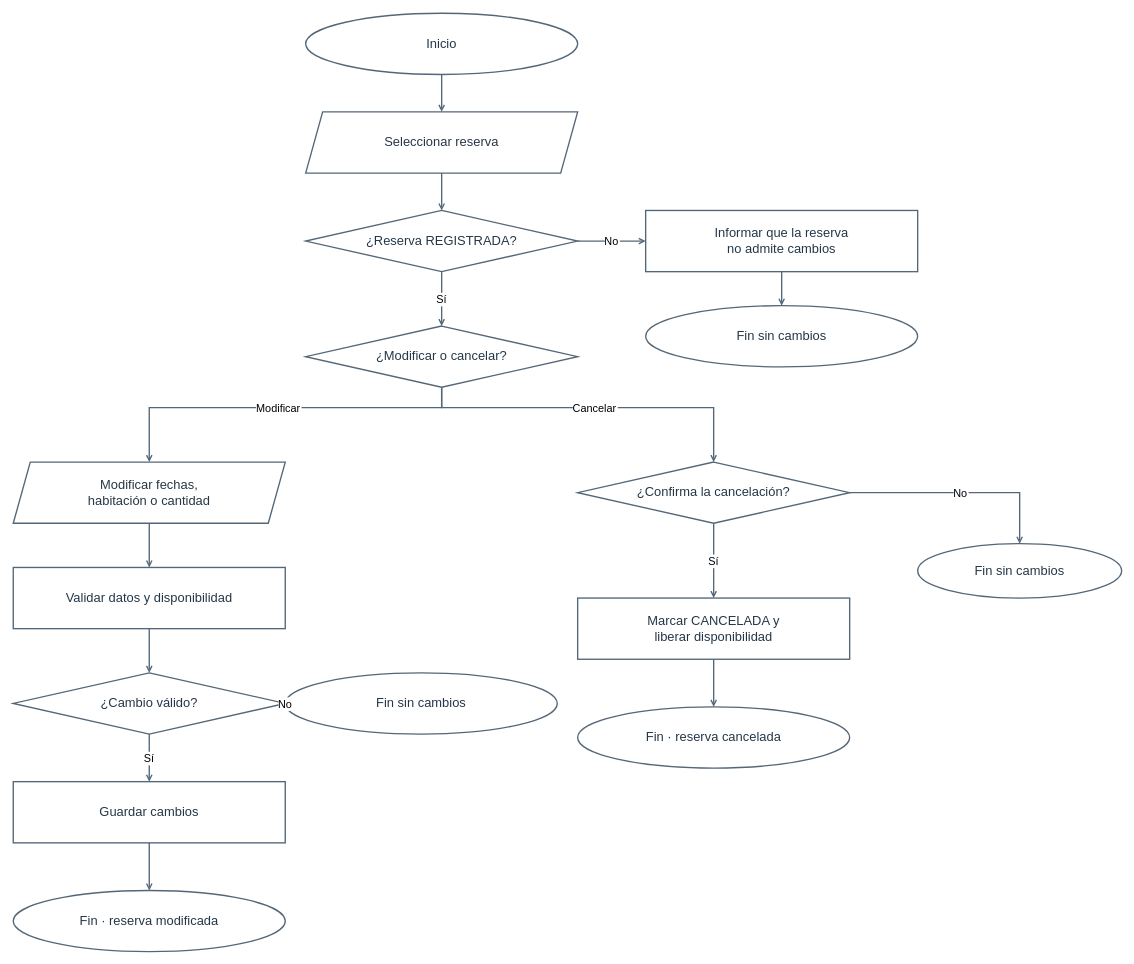
Above: diagramas-editables/flujo-gestion-reservas.drawio in Yutre3/hotel-duerme-bien (draw.io), before the change. Source tidied: cells renumbered, new cells numbered last; positions are measured from the earlier drawing's top-left corner, leaving out a move shared by most shapes. Both pictures are drawn from the tidied source at 68%, with x=0, y=0 at pixel (13, 13).
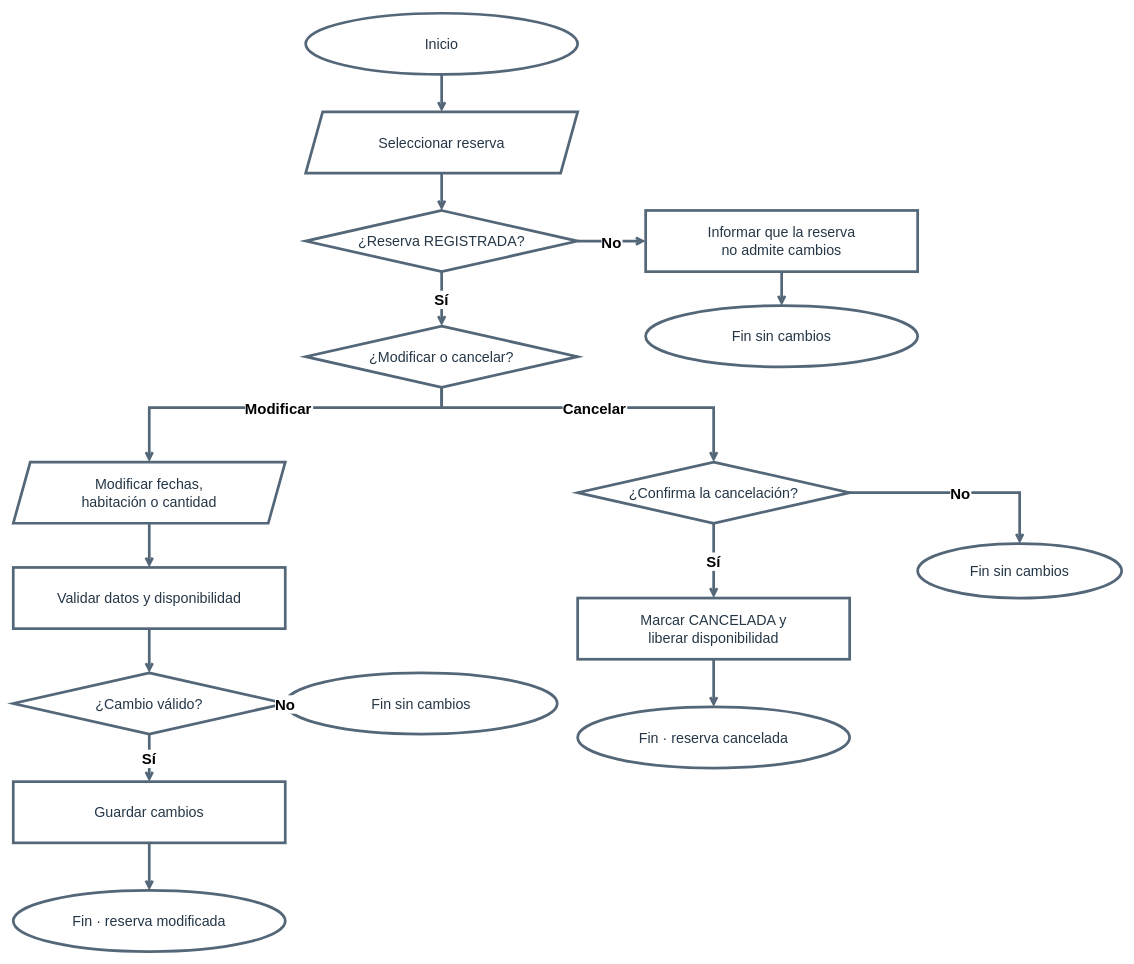
The same diagram, later.

Diff of the diagram source:
```diff
@@
-    <mxCell id="2" value="Inicio" style="ellipse;html=0;whiteSpace=wrap;strokeColor=#546778;strokeWidth=2;fillColor=#ffffff;fontColor=#253747;fontSize=19;" parent="1" vertex="1">
+    <mxCell id="2" value="Inicio" style="ellipse;html=0;whiteSpace=wrap;strokeColor=#546778;strokeWidth=4;fillColor=#ffffff;fontColor=#253747;fontSize=21;" parent="1" vertex="1">
       <mxGeometry x="430" width="400" height="90" as="geometry" />
     </mxCell>
-    <mxCell id="3" value="Seleccionar reserva" style="shape=parallelogram;fixedSize=1;size=25;html=0;whiteSpace=wrap;strokeColor=#546778;strokeWidth=2;fillColor=#ffffff;fontColor=#253747;fontSize=19;" parent="1" vertex="1">
+    <mxCell id="3" value="Seleccionar reserva" style="shape=parallelogram;fixedSize=1;size=25;html=0;whiteSpace=wrap;strokeColor=#546778;strokeWidth=4;fillColor=#ffffff;fontColor=#253747;fontSize=21;" parent="1" vertex="1">
       <mxGeometry x="430" y="145" width="400" height="90" as="geometry" />
     </mxCell>
-    <mxCell id="4" value="¿Reserva REGISTRADA?" style="rhombus;html=0;whiteSpace=wrap;strokeColor=#546778;strokeWidth=2;fillColor=#ffffff;fontColor=#253747;fontSize=19;" parent="1" vertex="1">
+    <mxCell id="4" value="¿Reserva REGISTRADA?" style="rhombus;html=0;whiteSpace=wrap;strokeColor=#546778;strokeWidth=4;fillColor=#ffffff;fontColor=#253747;fontSize=21;" parent="1" vertex="1">
       <mxGeometry x="430" y="290" width="400" height="90" as="geometry" />
     </mxCell>
-    <mxCell id="5" value="¿Modificar o cancelar?" style="rhombus;html=0;whiteSpace=wrap;strokeColor=#546778;strokeWidth=2;fillColor=#ffffff;fontColor=#253747;fontSize=19;" parent="1" vertex="1">
+    <mxCell id="5" value="¿Modificar o cancelar?" style="rhombus;html=0;whiteSpace=wrap;strokeColor=#546778;strokeWidth=4;fillColor=#ffffff;fontColor=#253747;fontSize=21;" parent="1" vertex="1">
       <mxGeometry x="430" y="460" width="400" height="90" as="geometry" />
     </mxCell>
-    <mxCell id="6" value="Informar que la reserva&#10;no admite cambios" style="rounded=0;html=0;whiteSpace=wrap;strokeColor=#546778;strokeWidth=2;fillColor=#ffffff;fontColor=#253747;fontSize=19;" parent="1" vertex="1">
+    <mxCell id="6" value="Informar que la reserva&#10;no admite cambios" style="rounded=0;html=0;whiteSpace=wrap;strokeColor=#546778;strokeWidth=4;fillColor=#ffffff;fontColor=#253747;fontSize=21;" parent="1" vertex="1">
       <mxGeometry x="930" y="290" width="400" height="90" as="geometry" />
     </mxCell>
-    <mxCell id="7" value="Fin sin cambios" style="ellipse;html=0;whiteSpace=wrap;strokeColor=#546778;strokeWidth=2;fillColor=#ffffff;fontColor=#253747;fontSize=19;" parent="1" vertex="1">
+    <mxCell id="7" value="Fin sin cambios" style="ellipse;html=0;whiteSpace=wrap;strokeColor=#546778;strokeWidth=4;fillColor=#ffffff;fontColor=#253747;fontSize=21;" parent="1" vertex="1">
       <mxGeometry x="930" y="430" width="400" height="90" as="geometry" />
     </mxCell>
-    <mxCell id="8" value="Modificar fechas,&#10;habitación o cantidad" style="shape=parallelogram;fixedSize=1;size=25;html=0;whiteSpace=wrap;strokeColor=#546778;strokeWidth=2;fillColor=#ffffff;fontColor=#253747;fontSize=19;" parent="1" vertex="1">
+    <mxCell id="8" value="Modificar fechas,&#10;habitación o cantidad" style="shape=parallelogram;fixedSize=1;size=25;html=0;whiteSpace=wrap;strokeColor=#546778;strokeWidth=4;fillColor=#ffffff;fontColor=#253747;fontSize=21;" parent="1" vertex="1">
       <mxGeometry y="660" width="400" height="90" as="geometry" />
     </mxCell>
-    <mxCell id="9" value="Validar datos y disponibilidad" style="rounded=0;html=0;whiteSpace=wrap;strokeColor=#546778;strokeWidth=2;fillColor=#ffffff;fontColor=#253747;fontSize=19;" parent="1" vertex="1">
+    <mxCell id="9" value="Validar datos y disponibilidad" style="rounded=0;html=0;whiteSpace=wrap;strokeColor=#546778;strokeWidth=4;fillColor=#ffffff;fontColor=#253747;fontSize=21;" parent="1" vertex="1">
       <mxGeometry y="815" width="400" height="90" as="geometry" />
     </mxCell>
-    <mxCell id="10" value="¿Cambio válido?" style="rhombus;html=0;whiteSpace=wrap;strokeColor=#546778;strokeWidth=2;fillColor=#ffffff;fontColor=#253747;fontSize=19;" parent="1" vertex="1">
+    <mxCell id="10" value="¿Cambio válido?" style="rhombus;html=0;whiteSpace=wrap;strokeColor=#546778;strokeWidth=4;fillColor=#ffffff;fontColor=#253747;fontSize=21;" parent="1" vertex="1">
       <mxGeometry y="970" width="400" height="90" as="geometry" />
     </mxCell>
-    <mxCell id="11" value="Guardar cambios" style="rounded=0;html=0;whiteSpace=wrap;strokeColor=#546778;strokeWidth=2;fillColor=#ffffff;fontColor=#253747;fontSize=19;" parent="1" vertex="1">
+    <mxCell id="11" value="Guardar cambios" style="rounded=0;html=0;whiteSpace=wrap;strokeColor=#546778;strokeWidth=4;fillColor=#ffffff;fontColor=#253747;fontSize=21;" parent="1" vertex="1">
       <mxGeometry y="1130" width="400" height="90" as="geometry" />
     </mxCell>
-    <mxCell id="12" value="Fin · reserva modificada" style="ellipse;html=0;whiteSpace=wrap;strokeColor=#546778;strokeWidth=2;fillColor=#ffffff;fontColor=#253747;fontSize=19;" parent="1" vertex="1">
+    <mxCell id="12" value="Fin · reserva modificada" style="ellipse;html=0;whiteSpace=wrap;strokeColor=#546778;strokeWidth=4;fillColor=#ffffff;fontColor=#253747;fontSize=21;" parent="1" vertex="1">
       <mxGeometry y="1290" width="400" height="90" as="geometry" />
     </mxCell>
-    <mxCell id="13" value="Fin sin cambios" style="ellipse;html=0;whiteSpace=wrap;strokeColor=#546778;strokeWidth=2;fillColor=#ffffff;fontColor=#253747;fontSize=19;" parent="1" vertex="1">
+    <mxCell id="13" value="Fin sin cambios" style="ellipse;html=0;whiteSpace=wrap;strokeColor=#546778;strokeWidth=4;fillColor=#ffffff;fontColor=#253747;fontSize=21;" parent="1" vertex="1">
       <mxGeometry x="400" y="970" width="400" height="90" as="geometry" />
     </mxCell>
-    <mxCell id="14" value="¿Confirma la cancelación?" style="rhombus;html=0;whiteSpace=wrap;strokeColor=#546778;strokeWidth=2;fillColor=#ffffff;fontColor=#253747;fontSize=19;" parent="1" vertex="1">
+    <mxCell id="14" value="¿Confirma la cancelación?" style="rhombus;html=0;whiteSpace=wrap;strokeColor=#546778;strokeWidth=4;fillColor=#ffffff;fontColor=#253747;fontSize=21;" parent="1" vertex="1">
       <mxGeometry x="830" y="660" width="400" height="90" as="geometry" />
     </mxCell>
-    <mxCell id="15" value="Marcar CANCELADA y&#10;liberar disponibilidad" style="rounded=0;html=0;whiteSpace=wrap;strokeColor=#546778;strokeWidth=2;fillColor=#ffffff;fontColor=#253747;fontSize=19;" parent="1" vertex="1">
+    <mxCell id="15" value="Marcar CANCELADA y&#10;liberar disponibilidad" style="rounded=0;html=0;whiteSpace=wrap;strokeColor=#546778;strokeWidth=4;fillColor=#ffffff;fontColor=#253747;fontSize=21;" parent="1" vertex="1">
       <mxGeometry x="830" y="860" width="400" height="90" as="geometry" />
     </mxCell>
-    <mxCell id="16" value="Fin · reserva cancelada" style="ellipse;html=0;whiteSpace=wrap;strokeColor=#546778;strokeWidth=2;fillColor=#ffffff;fontColor=#253747;fontSize=19;" parent="1" vertex="1">
+    <mxCell id="16" value="Fin · reserva cancelada" style="ellipse;html=0;whiteSpace=wrap;strokeColor=#546778;strokeWidth=4;fillColor=#ffffff;fontColor=#253747;fontSize=21;" parent="1" vertex="1">
       <mxGeometry x="830" y="1020" width="400" height="90" as="geometry" />
     </mxCell>
-    <mxCell id="17" value="Fin sin cambios" style="ellipse;html=0;whiteSpace=wrap;strokeColor=#546778;strokeWidth=2;fillColor=#ffffff;fontColor=#253747;fontSize=19;" parent="1" vertex="1">
+    <mxCell id="17" value="Fin sin cambios" style="ellipse;html=0;whiteSpace=wrap;strokeColor=#546778;strokeWidth=4;fillColor=#ffffff;fontColor=#253747;fontSize=21;" parent="1" vertex="1">
       <mxGeometry x="1330" y="780" width="300" height="80" as="geometry" />
     </mxCell>
-    <mxCell id="18" style="html=0;edgeStyle=orthogonalEdgeStyle;jettySize=24;rounded=0;strokeWidth=2;strokeColor=#546778;fontSize=16;endArrow=open;endFill=0;startArrow=none;startFill=0;exitX=0.5;exitY=1;exitPerimeter=0;entryX=0.5;entryY=0;entryPerimeter=0;" parent="1" edge="1" source="2" target="3">
+    <mxCell id="18" style="html=0;edgeStyle=orthogonalEdgeStyle;jettySize=32;rounded=0;strokeWidth=4;strokeColor=#546778;fontSize=22;fontStyle=1;endArrow=open;endFill=0;startArrow=none;startFill=0;exitX=0.5;exitY=1;exitPerimeter=0;entryX=0.5;entryY=0;entryPerimeter=0;" parent="1" edge="1" source="2" target="3">
       <mxGeometry relative="1" as="geometry" />
     </mxCell>
-    <mxCell id="19" style="html=0;edgeStyle=orthogonalEdgeStyle;jettySize=24;rounded=0;strokeWidth=2;strokeColor=#546778;fontSize=16;endArrow=open;endFill=0;startArrow=none;startFill=0;exitX=0.5;exitY=1;exitPerimeter=0;entryX=0.5;entryY=0;entryPerimeter=0;" parent="1" edge="1" source="3" target="4">
+    <mxCell id="19" style="html=0;edgeStyle=orthogonalEdgeStyle;jettySize=32;rounded=0;strokeWidth=4;strokeColor=#546778;fontSize=22;fontStyle=1;endArrow=open;endFill=0;startArrow=none;startFill=0;exitX=0.5;exitY=1;exitPerimeter=0;entryX=0.5;entryY=0;entryPerimeter=0;" parent="1" edge="1" source="3" target="4">
       <mxGeometry relative="1" as="geometry" />
     </mxCell>
-    <mxCell id="20" value="Sí" style="html=0;edgeStyle=orthogonalEdgeStyle;jettySize=24;rounded=0;strokeWidth=2;strokeColor=#546778;fontSize=16;endArrow=open;endFill=0;startArrow=none;startFill=0;exitX=0.5;exitY=1;exitPerimeter=0;entryX=0.5;entryY=0;entryPerimeter=0;" parent="1" edge="1" source="4" target="5">
+    <mxCell id="20" value="Sí" style="html=0;edgeStyle=orthogonalEdgeStyle;jettySize=32;rounded=0;strokeWidth=4;strokeColor=#546778;fontSize=22;fontStyle=1;endArrow=open;endFill=0;startArrow=none;startFill=0;exitX=0.5;exitY=1;exitPerimeter=0;entryX=0.5;entryY=0;entryPerimeter=0;" parent="1" edge="1" source="4" target="5">
       <mxGeometry relative="1" as="geometry" />
     </mxCell>
-    <mxCell id="21" style="html=0;edgeStyle=orthogonalEdgeStyle;jettySize=24;rounded=0;strokeWidth=2;strokeColor=#546778;fontSize=16;endArrow=open;endFill=0;startArrow=none;startFill=0;exitX=0.5;exitY=1;exitPerimeter=0;entryX=0.5;entryY=0;entryPerimeter=0;" parent="1" edge="1" source="8" target="9">
+    <mxCell id="21" style="html=0;edgeStyle=orthogonalEdgeStyle;jettySize=32;rounded=0;strokeWidth=4;strokeColor=#546778;fontSize=22;fontStyle=1;endArrow=open;endFill=0;startArrow=none;startFill=0;exitX=0.5;exitY=1;exitPerimeter=0;entryX=0.5;entryY=0;entryPerimeter=0;" parent="1" edge="1" source="8" target="9">
       <mxGeometry relative="1" as="geometry" />
     </mxCell>
-    <mxCell id="22" style="html=0;edgeStyle=orthogonalEdgeStyle;jettySize=24;rounded=0;strokeWidth=2;strokeColor=#546778;fontSize=16;endArrow=open;endFill=0;startArrow=none;startFill=0;exitX=0.5;exitY=1;exitPerimeter=0;entryX=0.5;entryY=0;entryPerimeter=0;" parent="1" edge="1" source="9" target="10">
+    <mxCell id="22" style="html=0;edgeStyle=orthogonalEdgeStyle;jettySize=32;rounded=0;strokeWidth=4;strokeColor=#546778;fontSize=22;fontStyle=1;endArrow=open;endFill=0;startArrow=none;startFill=0;exitX=0.5;exitY=1;exitPerimeter=0;entryX=0.5;entryY=0;entryPerimeter=0;" parent="1" edge="1" source="9" target="10">
       <mxGeometry relative="1" as="geometry" />
     </mxCell>
-    <mxCell id="23" value="Sí" style="html=0;edgeStyle=orthogonalEdgeStyle;jettySize=24;rounded=0;strokeWidth=2;strokeColor=#546778;fontSize=16;endArrow=open;endFill=0;startArrow=none;startFill=0;exitX=0.5;exitY=1;exitPerimeter=0;entryX=0.5;entryY=0;entryPerimeter=0;" parent="1" edge="1" source="10" target="11">
+    <mxCell id="23" value="Sí" style="html=0;edgeStyle=orthogonalEdgeStyle;jettySize=32;rounded=0;strokeWidth=4;strokeColor=#546778;fontSize=22;fontStyle=1;endArrow=open;endFill=0;startArrow=none;startFill=0;exitX=0.5;exitY=1;exitPerimeter=0;entryX=0.5;entryY=0;entryPerimeter=0;" parent="1" edge="1" source="10" target="11">
       <mxGeometry relative="1" as="geometry" />
     </mxCell>
-    <mxCell id="24" style="html=0;edgeStyle=orthogonalEdgeStyle;jettySize=24;rounded=0;strokeWidth=2;strokeColor=#546778;fontSize=16;endArrow=open;endFill=0;startArrow=none;startFill=0;exitX=0.5;exitY=1;exitPerimeter=0;entryX=0.5;entryY=0;entryPerimeter=0;" parent="1" edge="1" source="11" target="12">
+    <mxCell id="24" style="html=0;edgeStyle=orthogonalEdgeStyle;jettySize=32;rounded=0;strokeWidth=4;strokeColor=#546778;fontSize=22;fontStyle=1;endArrow=open;endFill=0;startArrow=none;startFill=0;exitX=0.5;exitY=1;exitPerimeter=0;entryX=0.5;entryY=0;entryPerimeter=0;" parent="1" edge="1" source="11" target="12">
       <mxGeometry relative="1" as="geometry" />
     </mxCell>
-    <mxCell id="25" style="html=0;edgeStyle=orthogonalEdgeStyle;jettySize=24;rounded=0;strokeWidth=2;strokeColor=#546778;fontSize=16;endArrow=open;endFill=0;startArrow=none;startFill=0;exitX=0.5;exitY=1;exitPerimeter=0;entryX=0.5;entryY=0;entryPerimeter=0;" parent="1" edge="1" source="6" target="7">
+    <mxCell id="25" style="html=0;edgeStyle=orthogonalEdgeStyle;jettySize=32;rounded=0;strokeWidth=4;strokeColor=#546778;fontSize=22;fontStyle=1;endArrow=open;endFill=0;startArrow=none;startFill=0;exitX=0.5;exitY=1;exitPerimeter=0;entryX=0.5;entryY=0;entryPerimeter=0;" parent="1" edge="1" source="6" target="7">
       <mxGeometry relative="1" as="geometry" />
     </mxCell>
-    <mxCell id="26" value="Sí" style="html=0;edgeStyle=orthogonalEdgeStyle;jettySize=24;rounded=0;strokeWidth=2;strokeColor=#546778;fontSize=16;endArrow=open;endFill=0;startArrow=none;startFill=0;exitX=0.5;exitY=1;exitPerimeter=0;entryX=0.5;entryY=0;entryPerimeter=0;" parent="1" edge="1" source="14" target="15">
+    <mxCell id="26" value="Sí" style="html=0;edgeStyle=orthogonalEdgeStyle;jettySize=32;rounded=0;strokeWidth=4;strokeColor=#546778;fontSize=22;fontStyle=1;endArrow=open;endFill=0;startArrow=none;startFill=0;exitX=0.5;exitY=1;exitPerimeter=0;entryX=0.5;entryY=0;entryPerimeter=0;" parent="1" edge="1" source="14" target="15">
       <mxGeometry relative="1" as="geometry" />
     </mxCell>
-    <mxCell id="27" style="html=0;edgeStyle=orthogonalEdgeStyle;jettySize=24;rounded=0;strokeWidth=2;strokeColor=#546778;fontSize=16;endArrow=open;endFill=0;startArrow=none;startFill=0;exitX=0.5;exitY=1;exitPerimeter=0;entryX=0.5;entryY=0;entryPerimeter=0;" parent="1" edge="1" source="15" target="16">
+    <mxCell id="27" style="html=0;edgeStyle=orthogonalEdgeStyle;jettySize=32;rounded=0;strokeWidth=4;strokeColor=#546778;fontSize=22;fontStyle=1;endArrow=open;endFill=0;startArrow=none;startFill=0;exitX=0.5;exitY=1;exitPerimeter=0;entryX=0.5;entryY=0;entryPerimeter=0;" parent="1" edge="1" source="15" target="16">
       <mxGeometry relative="1" as="geometry" />
     </mxCell>
-    <mxCell id="28" value="No" style="html=0;edgeStyle=orthogonalEdgeStyle;jettySize=24;rounded=0;strokeWidth=2;strokeColor=#546778;fontSize=16;endArrow=open;endFill=0;startArrow=none;startFill=0;exitX=1;exitY=0.5;exitPerimeter=0;entryX=0;entryY=0.5;entryPerimeter=0;" parent="1" edge="1" source="4" target="6">
+    <mxCell id="28" value="No" style="html=0;edgeStyle=orthogonalEdgeStyle;jettySize=32;rounded=0;strokeWidth=4;strokeColor=#546778;fontSize=22;fontStyle=1;endArrow=open;endFill=0;startArrow=none;startFill=0;exitX=1;exitY=0.5;exitPerimeter=0;entryX=0;entryY=0.5;entryPerimeter=0;" parent="1" edge="1" source="4" target="6">
       <mxGeometry relative="1" as="geometry" />
     </mxCell>
-    <mxCell id="29" value="Modificar" style="html=0;edgeStyle=orthogonalEdgeStyle;jettySize=24;rounded=0;strokeWidth=2;strokeColor=#546778;fontSize=16;endArrow=open;endFill=0;startArrow=none;startFill=0;exitX=0.5;exitY=1;exitPerimeter=0;entryX=0.5;entryY=0;entryPerimeter=0;" parent="1" edge="1" source="5" target="8">
+    <mxCell id="29" value="Modificar" style="html=0;edgeStyle=orthogonalEdgeStyle;jettySize=32;rounded=0;strokeWidth=4;strokeColor=#546778;fontSize=22;fontStyle=1;endArrow=open;endFill=0;startArrow=none;startFill=0;exitX=0.5;exitY=1;exitPerimeter=0;entryX=0.5;entryY=0;entryPerimeter=0;" parent="1" edge="1" source="5" target="8">
       <mxGeometry relative="1" as="geometry">
         <Array as="points">
           <mxPoint x="200" y="580" />
         </Array>
       </mxGeometry>
     </mxCell>
-    <mxCell id="30" value="Cancelar" style="html=0;edgeStyle=orthogonalEdgeStyle;jettySize=24;rounded=0;strokeWidth=2;strokeColor=#546778;fontSize=16;endArrow=open;endFill=0;startArrow=none;startFill=0;exitX=0.5;exitY=1;exitPerimeter=0;entryX=0.5;entryY=0;entryPerimeter=0;" parent="1" edge="1" source="5" target="14">
+    <mxCell id="30" value="Cancelar" style="html=0;edgeStyle=orthogonalEdgeStyle;jettySize=32;rounded=0;strokeWidth=4;strokeColor=#546778;fontSize=22;fontStyle=1;endArrow=open;endFill=0;startArrow=none;startFill=0;exitX=0.5;exitY=1;exitPerimeter=0;entryX=0.5;entryY=0;entryPerimeter=0;" parent="1" edge="1" source="5" target="14">
       <mxGeometry relative="1" as="geometry">
         <Array as="points">
           <mxPoint x="1030" y="580" />
         </Array>
       </mxGeometry>
     </mxCell>
-    <mxCell id="31" value="No" style="html=0;edgeStyle=orthogonalEdgeStyle;jettySize=24;rounded=0;strokeWidth=2;strokeColor=#546778;fontSize=16;endArrow=open;endFill=0;startArrow=none;startFill=0;exitX=1;exitY=0.5;exitPerimeter=0;entryX=0;entryY=0.5;entryPerimeter=0;" parent="1" edge="1" source="10" target="13">
+    <mxCell id="31" value="No" style="html=0;edgeStyle=orthogonalEdgeStyle;jettySize=32;rounded=0;strokeWidth=4;strokeColor=#546778;fontSize=22;fontStyle=1;endArrow=open;endFill=0;startArrow=none;startFill=0;exitX=1;exitY=0.5;exitPerimeter=0;entryX=0;entryY=0.5;entryPerimeter=0;" parent="1" edge="1" source="10" target="13">
       <mxGeometry relative="1" as="geometry" />
     </mxCell>
-    <mxCell id="32" value="No" style="html=0;edgeStyle=orthogonalEdgeStyle;jettySize=24;rounded=0;strokeWidth=2;strokeColor=#546778;fontSize=16;endArrow=open;endFill=0;startArrow=none;startFill=0;exitX=1;exitY=0.5;exitPerimeter=0;entryX=0.5;entryY=0;entryPerimeter=0;" parent="1" edge="1" source="14" target="17">
+    <mxCell id="32" value="No" style="html=0;edgeStyle=orthogonalEdgeStyle;jettySize=32;rounded=0;strokeWidth=4;strokeColor=#546778;fontSize=22;fontStyle=1;endArrow=open;endFill=0;startArrow=none;startFill=0;exitX=1;exitY=0.5;exitPerimeter=0;entryX=0.5;entryY=0;entryPerimeter=0;" parent="1" edge="1" source="14" target="17">
       <mxGeometry relative="1" as="geometry">
         <Array as="points">
           <mxPoint x="1280" y="705" />
           <mxPoint x="1480" y="705" />
         </Array>
       </mxGeometry>
     </mxCell>
```
